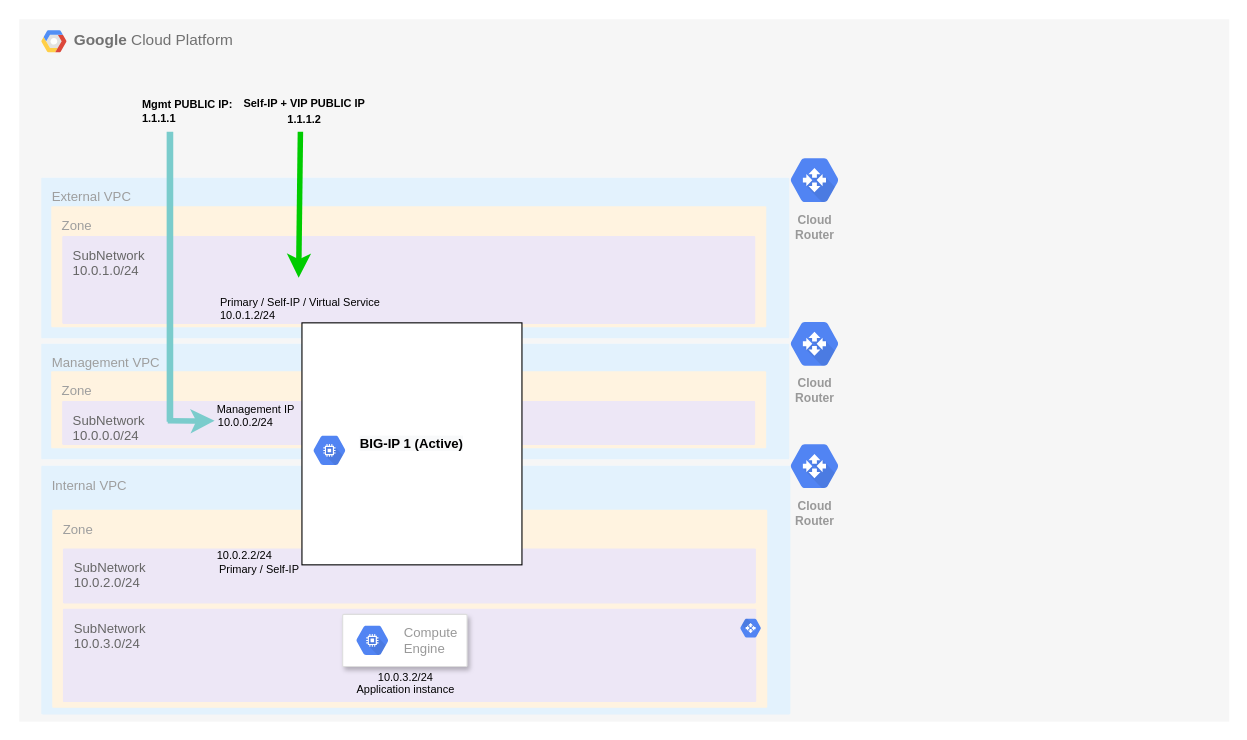
This is examples/quickstart/ diagram.drawio from F5Networks/f5-google-gdm-templates-v2, a draw.io file, before an edit. Source tidied: cells renumbered, new cells numbered last; positions are measured from the earlier drawing's top-left corner, leaving out a move shared by most shapes. Both pictures are drawn from the tidied source at 110%, with x=0, y=0 at pixel (19, 19).
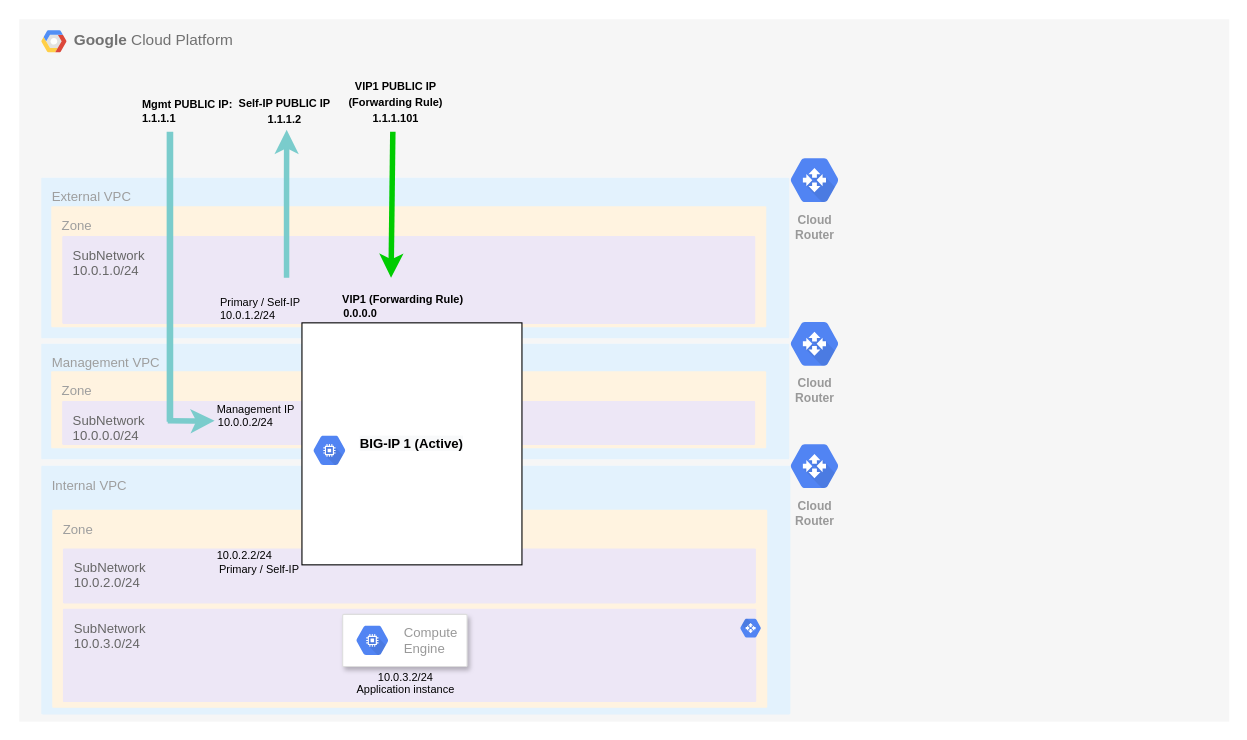
The same diagram, later.

Unchanged cells that the change refers to:
```xml
<mxCell id="2" value="&lt;b&gt;Google &lt;/b&gt;Cloud Platform" style="fillColor=#F6F6F6;strokeColor=none;shadow=0;gradientColor=none;fontSize=14;align=left;spacing=10;fontColor=#717171;9E9E9E;verticalAlign=top;spacingTop=-4;fontStyle=0;spacingLeft=40;html=1;" parent="1" vertex="1">
  <mxGeometry width="1100" height="638.5" as="geometry" />
</mxCell>
```

Diff of the diagram source:
```diff
@@
-    <mxCell id="18" style="endArrow=classic;html=1;exitX=0.484;exitY=1.13;exitDx=0;exitDy=0;exitPerimeter=0;strokeColor=#00CC00;strokeWidth=5;gradientColor=none;" parent="2" edge="1">
-      <mxGeometry relative="1" as="geometry">
-        <mxPoint x="255.6" y="102.2" as="sourcePoint" />
-        <mxPoint x="254" y="235" as="targetPoint" />
-      </mxGeometry>
-    </mxCell>
-    <mxCell id="19" value="&lt;font style=&quot;font-size: 10px&quot;&gt;&lt;b&gt;Self-IP + VIP PUBLIC IP&lt;br&gt;1.1.1.2&lt;/b&gt;&lt;br&gt;&lt;/font&gt;" style="text;html=1;align=center;verticalAlign=middle;" parent="2" vertex="1">
-      <mxGeometry x="194" y="68.2" width="130" height="30" as="geometry" />
-    </mxCell>
@@
-    <mxCell id="32" value="&lt;font style=&quot;font-size: 10px&quot;&gt;Primary / Self-IP / Virtual Service&lt;/font&gt;" style="text;html=1;align=left;verticalAlign=middle;" parent="1" vertex="1">
-      <mxGeometry x="181.1" y="246.7" width="160" height="20" as="geometry" />
+    <mxCell id="32" value="&lt;font style=&quot;font-size: 10px&quot;&gt;Primary / Self-IP&amp;nbsp;&lt;/font&gt;" style="text;html=1;align=left;verticalAlign=middle;" parent="1" vertex="1">
+      <mxGeometry x="181.1" y="246.7" width="90" height="20" as="geometry" />
     </mxCell>
@@
+    <mxCell id="39" value="&lt;font style=&quot;font-size: 10px&quot;&gt;&lt;b&gt;VIP1 PUBLIC IP &lt;br&gt;(Forwarding Rule)&lt;br&gt;1.1.1.101&lt;/b&gt;&lt;br&gt;&lt;/font&gt;" style="text;html=1;align=center;verticalAlign=middle;" parent="1" vertex="1">
+      <mxGeometry x="292" y="50.2" width="100" height="50" as="geometry" />
+    </mxCell>
+    <mxCell id="40" style="endArrow=classic;html=1;exitX=0.484;exitY=1.13;exitDx=0;exitDy=0;exitPerimeter=0;strokeColor=#00CC00;strokeWidth=5;gradientColor=none;" parent="1" edge="1">
+      <mxGeometry relative="1" as="geometry">
+        <mxPoint x="339.6" y="102.2" as="sourcePoint" />
+        <mxPoint x="338" y="235" as="targetPoint" />
+      </mxGeometry>
+    </mxCell>
+    <mxCell id="41" style="endArrow=classic;html=1;strokeWidth=5;strokeColor=#7ACCCC;entryX=0.471;entryY=1.074;entryDx=0;entryDy=0;entryPerimeter=0;" parent="1" edge="1">
+      <mxGeometry relative="1" as="geometry">
+        <mxPoint x="243" y="235" as="sourcePoint" />
+        <mxPoint x="243.1" y="100.5" as="targetPoint" />
+        <Array as="points">
+          <mxPoint x="243" y="157.2" />
+        </Array>
+      </mxGeometry>
+    </mxCell>
+    <mxCell id="42" value="&lt;font style=&quot;font-size: 10px&quot;&gt;&lt;b&gt;Self-IP PUBLIC IP&lt;br&gt;1.1.1.2&lt;/b&gt;&lt;br&gt;&lt;/font&gt;" style="text;html=1;align=center;verticalAlign=middle;" parent="1" vertex="1">
+      <mxGeometry x="191" y="68.2" width="100" height="30" as="geometry" />
+    </mxCell>
+    <mxCell id="43" value="&lt;font style=&quot;font-size: 10px&quot;&gt;&lt;span&gt;0.0.0.0&lt;/span&gt;&lt;/font&gt;" style="text;html=1;align=left;verticalAlign=middle;fontStyle=1;" parent="1" vertex="1">
+      <mxGeometry x="293" y="256.7" width="50" height="20" as="geometry" />
+    </mxCell>
+    <mxCell id="44" value="&lt;font style=&quot;font-size: 10px&quot;&gt;&lt;span&gt;VIP1 (Forwarding Rule)&lt;/span&gt;&lt;/font&gt;" style="text;html=1;align=left;verticalAlign=middle;fontStyle=1;" parent="1" vertex="1">
+      <mxGeometry x="292" y="243.7" width="130" height="20" as="geometry" />
+    </mxCell>
```
